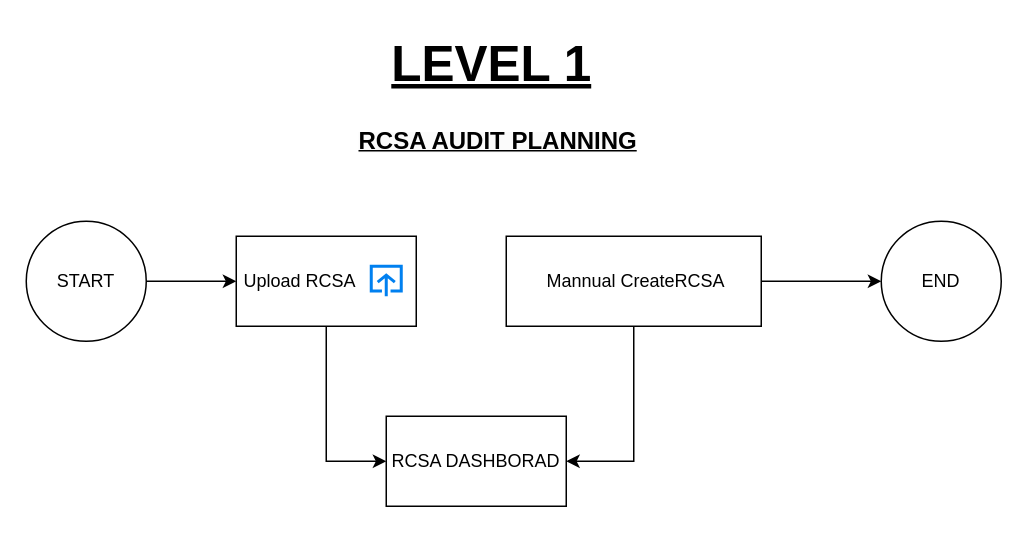
Earlier version of the draw.io diagram page "Upload Risk" (2 of 9) of Internal Audit-dfd.drawio (AvikM1996/draw.io). Source tidied: cells renumbered, new cells numbered last; positions are measured from the earlier drawing's top-left corner, leaving out a move shared by most shapes. Both pictures are drawn from the tidied source at 150%, with x=0, y=0 at pixel (26, 26).
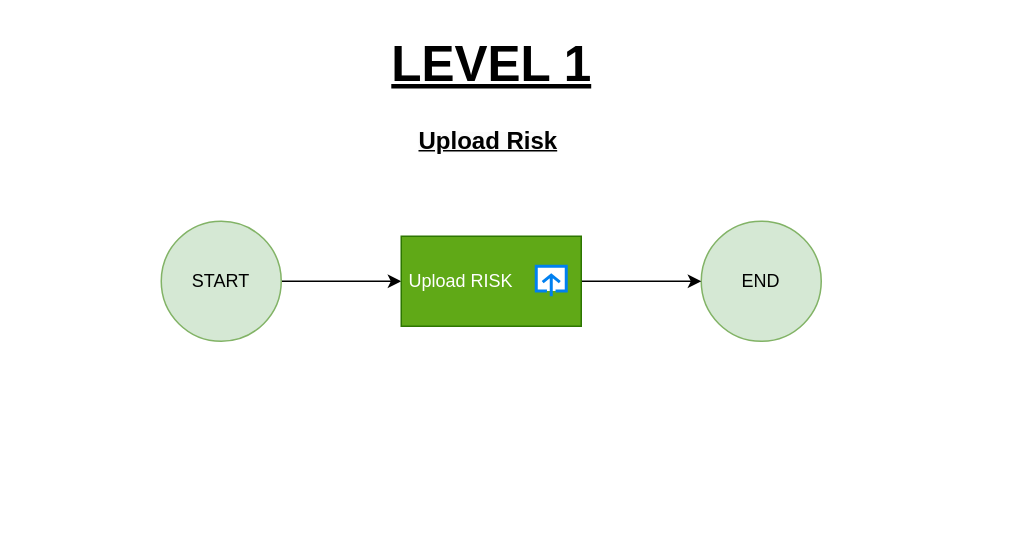
The same page after the edit.

Change to the diagram source:
```diff
@@
 <mxGraphModel>
   <root>
     <mxCell id="0" />
     <mxCell id="1" parent="0" />
     <mxCell id="2" value="&lt;b&gt;&lt;font style=&quot;font-size: 33px;&quot;&gt;&lt;u&gt;LEVEL 1&lt;/u&gt;&lt;/font&gt;&lt;/b&gt;" style="text;html=1;align=center;verticalAlign=middle;strokeColor=none;fillColor=none;" parent="1" vertex="1">
       <mxGeometry x="230" width="160" height="50" as="geometry" />
     </mxCell>
-    <mxCell id="3" value="&lt;b style=&quot;forced-color-adjust: none; color: rgb(0, 0, 0); font-family: Helvetica; font-size: 12px; font-style: normal; font-variant-ligatures: normal; font-variant-caps: normal; letter-spacing: normal; orphans: 2; text-align: center; text-indent: 0px; text-transform: none; widows: 2; word-spacing: 0px; -webkit-text-stroke-width: 0px; white-space: nowrap; background-color: rgb(251, 251, 251); text-decoration-thickness: initial; text-decoration-style: initial; text-decoration-color: initial;&quot;&gt;&lt;font style=&quot;forced-color-adjust: none; font-size: 16px;&quot;&gt;&lt;u style=&quot;forced-color-adjust: none;&quot;&gt;RCSA AUDIT PLANNING&lt;/u&gt;&lt;/font&gt;&lt;/b&gt;" style="text;whiteSpace=wrap;html=1;" parent="1" vertex="1">
-      <mxGeometry x="220" y="60" width="170" height="40" as="geometry" />
+    <mxCell id="3" value="&lt;b style=&quot;forced-color-adjust: none; color: rgb(0, 0, 0); font-family: Helvetica; font-size: 12px; font-style: normal; font-variant-ligatures: normal; font-variant-caps: normal; letter-spacing: normal; orphans: 2; text-align: center; text-indent: 0px; text-transform: none; widows: 2; word-spacing: 0px; -webkit-text-stroke-width: 0px; white-space: nowrap; background-color: rgb(251, 251, 251); text-decoration-thickness: initial; text-decoration-style: initial; text-decoration-color: initial;&quot;&gt;&lt;font style=&quot;forced-color-adjust: none; font-size: 16px;&quot;&gt;&lt;u style=&quot;forced-color-adjust: none;&quot;&gt;Upload Risk&lt;/u&gt;&lt;/font&gt;&lt;/b&gt;" style="text;whiteSpace=wrap;html=1;" parent="1" vertex="1">
+      <mxGeometry x="260" y="60" width="100" height="40" as="geometry" />
     </mxCell>
-    <mxCell id="4" style="edgeStyle=orthogonalEdgeStyle;rounded=0;jettySize=auto;html=1;" parent="1" edge="1" source="5">
-      <mxGeometry relative="1" as="geometry">
-        <mxPoint x="140" y="170" as="targetPoint" />
-      </mxGeometry>
-    </mxCell>
+    <mxCell id="14" style="edgeStyle=orthogonalEdgeStyle;rounded=0;jettySize=auto;html=1;exitX=1;exitY=0.5;exitDx=0;exitDy=0;entryX=0;entryY=0.5;entryDx=0;entryDy=0;" parent="1" edge="1" source="5" target="8">
+      <mxGeometry relative="1" as="geometry" />
+    </mxCell>
-    <mxCell id="5" value="START" style="ellipse;whiteSpace=wrap;html=1;" parent="1" vertex="1">
-      <mxGeometry y="130" width="80" height="80" as="geometry" />
+    <mxCell id="5" value="START" style="ellipse;whiteSpace=wrap;html=1;fillColor=#d5e8d4;strokeColor=#82b366;" parent="1" vertex="1">
+      <mxGeometry x="90" y="130" width="80" height="80" as="geometry" />
     </mxCell>
-    <mxCell id="6" value="END" style="ellipse;whiteSpace=wrap;html=1;" parent="1" vertex="1">
-      <mxGeometry x="570" y="130" width="80" height="80" as="geometry" />
+    <mxCell id="6" value="END" style="ellipse;whiteSpace=wrap;html=1;fillColor=#d5e8d4;strokeColor=#82b366;" parent="1" vertex="1">
+      <mxGeometry x="450" y="130" width="80" height="80" as="geometry" />
     </mxCell>
-    <mxCell id="7" style="edgeStyle=orthogonalEdgeStyle;rounded=0;jettySize=auto;html=1;exitX=0.5;exitY=1;exitDx=0;exitDy=0;entryX=0;entryY=0.5;entryDx=0;entryDy=0;" parent="1" edge="1" source="8" target="13">
-      <mxGeometry relative="1" as="geometry" />
-    </mxCell>
+    <mxCell id="15" style="edgeStyle=orthogonalEdgeStyle;rounded=0;jettySize=auto;html=1;exitX=1;exitY=0.5;exitDx=0;exitDy=0;" parent="1" edge="1" source="8" target="6">
+      <mxGeometry relative="1" as="geometry" />
+    </mxCell>
-    <mxCell id="8" value="&amp;nbsp;Upload RCSA" style="rounded=0;whiteSpace=wrap;html=1;align=left;" parent="1" vertex="1">
-      <mxGeometry x="140" y="140" width="120" height="60" as="geometry" />
+    <mxCell id="8" value="&amp;nbsp;Upload RISK" style="rounded=0;whiteSpace=wrap;html=1;align=left;fillColor=#60a917;fontColor=#ffffff;strokeColor=#2D7600;" parent="1" vertex="1">
+      <mxGeometry x="250" y="140" width="120" height="60" as="geometry" />
     </mxCell>
     <mxCell id="9" style="html=1;verticalLabelPosition=bottom;align=center;labelBackgroundColor=#ffffff;verticalAlign=top;strokeWidth=2;strokeColor=#0080F0;shadow=0;dashed=0;shape=mxgraph.ios7.icons.up;" parent="1" vertex="1">
-      <mxGeometry x="230" y="160" width="20" height="20" as="geometry" />
+      <mxGeometry x="340" y="160" width="20" height="20" as="geometry" />
     </mxCell>
-    <mxCell id="10" style="edgeStyle=orthogonalEdgeStyle;rounded=0;jettySize=auto;html=1;exitX=0.5;exitY=1;exitDx=0;exitDy=0;entryX=1;entryY=0.5;entryDx=0;entryDy=0;" parent="1" edge="1" source="12" target="13">
-      <mxGeometry relative="1" as="geometry" />
-    </mxCell>
-    <mxCell id="11" style="edgeStyle=orthogonalEdgeStyle;rounded=0;jettySize=auto;html=1;exitX=1;exitY=0.5;exitDx=0;exitDy=0;entryX=0;entryY=0.5;entryDx=0;entryDy=0;" parent="1" edge="1" source="12" target="6">
-      <mxGeometry relative="1" as="geometry" />
-    </mxCell>
-    <mxCell id="12" value="&amp;nbsp;Mannual CreateRCSA" style="rounded=0;whiteSpace=wrap;html=1;align=center;" parent="1" vertex="1">
-      <mxGeometry x="320" y="140" width="170" height="60" as="geometry" />
-    </mxCell>
-    <mxCell id="13" value="RCSA DASHBORAD" style="rounded=0;whiteSpace=wrap;html=1;" parent="1" vertex="1">
-      <mxGeometry x="240" y="260" width="120" height="60" as="geometry" />
-    </mxCell>
   </root>
 </mxGraphModel>
```
